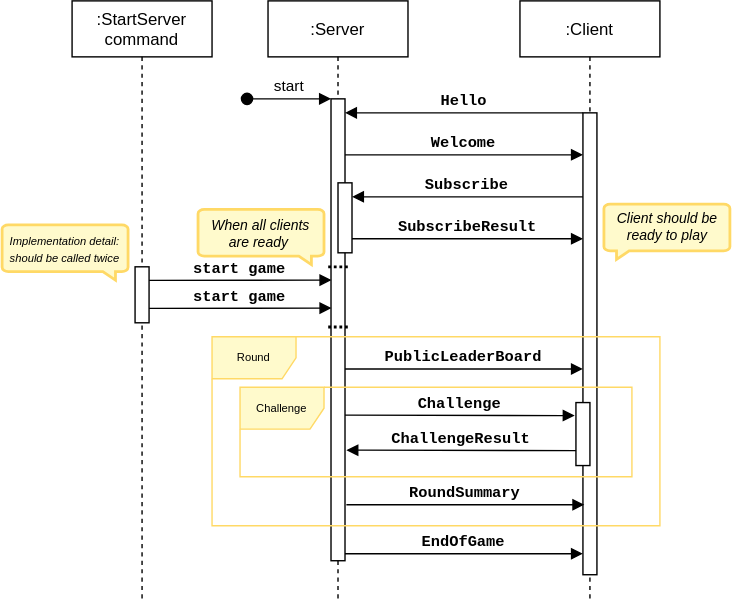
haveneer-training/la-patate-chaude keeps this draw.io diagram as images/Sequence.drawio.svg. Above is the earlier version. Source tidied: cells renumbered, new cells last; positions are measured from the earlier drawing's top-left corner, leaving out a move shared by most shapes.
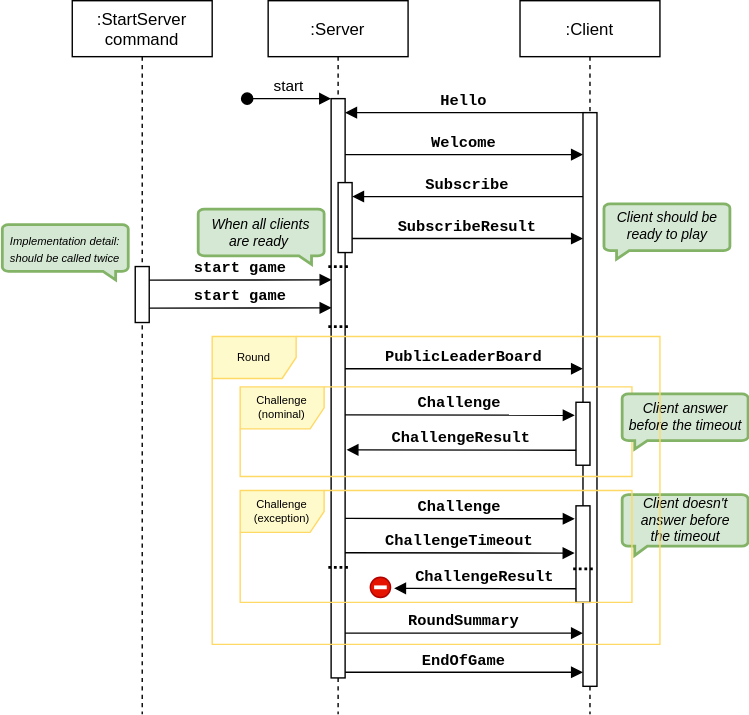
After the commit.

Diff of the diagram source:
```diff
@@ -3,10 +3,10 @@
     <mxCell id="0" />
     <mxCell id="1" parent="0" />
     <mxCell id="2" value=":Server" style="shape=umlLifeline;perimeter=lifelinePerimeter;rounded=0;shadow=0;strokeWidth=1;" parent="1" vertex="1">
-      <mxGeometry x="190" width="100" height="430" as="geometry" />
+      <mxGeometry x="190" width="100" height="510" as="geometry" />
     </mxCell>
     <mxCell id="3" style="points=[];perimeter=orthogonalPerimeter;rounded=0;shadow=0;strokeWidth=1;" parent="2" vertex="1">
-      <mxGeometry x="45" y="70" width="10" height="330" as="geometry" />
+      <mxGeometry x="45" y="70" width="10" height="414" as="geometry" />
     </mxCell>
     <mxCell id="4" value="start" style="verticalAlign=bottom;startArrow=oval;endArrow=block;startSize=8;shadow=0;strokeWidth=1;labelBackgroundColor=none;" parent="2" edge="1" target="3">
       <mxGeometry relative="1" as="geometry">
@@ -25,7 +25,7 @@
         <mxPoint x="58" y="190" as="targetPoint" />
       </mxGeometry>
     </mxCell>
-    <mxCell id="7" style="html=1;verticalLabelPosition=bottom;align=center;labelBackgroundColor=#ffffff;verticalAlign=top;strokeWidth=2;strokeColor=#FFD966;shadow=0;dashed=0;shape=mxgraph.ios7.icons.message;fontFamily=Helvetica;fontSize=8;fillColor=#FFFACC;gradientColor=none;" parent="2" vertex="1">
+    <mxCell id="7" style="html=1;verticalLabelPosition=bottom;align=center;labelBackgroundColor=#ffffff;verticalAlign=top;strokeWidth=2;strokeColor=#82b366;shadow=0;dashed=0;shape=mxgraph.ios7.icons.message;fontFamily=Helvetica;fontSize=8;fillColor=#d5e8d4;" parent="2" vertex="1">
       <mxGeometry x="-50" y="149" width="90" height="39.5" as="geometry" />
     </mxCell>
     <mxCell id="8" style="perimeter=orthogonalPerimeter;rounded=0;shadow=0;strokeWidth=1;" parent="2" vertex="1">
@@ -37,15 +37,36 @@
         <mxPoint x="219.1" y="296.3" as="targetPoint" />
       </mxGeometry>
     </mxCell>
+    <mxCell id="32" style="group;" parent="2" vertex="1">
+      <mxGeometry x="73" y="412" width="14.5" height="14.5" as="geometry" />
+    </mxCell>
+    <mxCell id="33" style="ellipse;whiteSpace=wrap;html=1;fillColor=#e51400;fontColor=#ffffff;strokeColor=#B20000;" parent="32" vertex="1">
+      <mxGeometry width="14.5" height="14.5" as="geometry" />
+    </mxCell>
+    <mxCell id="34" style="rounded=0;whiteSpace=wrap;html=1;strokeColor=none;" parent="32" vertex="1">
+      <mxGeometry x="2.7" y="5.9" width="9.1" height="2.7" as="geometry" />
+    </mxCell>
     <mxCell id="10" value=":Client" style="shape=umlLifeline;perimeter=lifelinePerimeter;rounded=0;shadow=0;strokeWidth=1;" parent="1" vertex="1">
-      <mxGeometry x="370" width="100" height="430" as="geometry" />
+      <mxGeometry x="370" width="100" height="510" as="geometry" />
     </mxCell>
     <mxCell id="11" style="points=[];perimeter=orthogonalPerimeter;rounded=0;shadow=0;strokeWidth=1;" parent="10" vertex="1">
-      <mxGeometry x="45" y="80" width="10" height="330" as="geometry" />
+      <mxGeometry x="45" y="80" width="10" height="410" as="geometry" />
     </mxCell>
     <mxCell id="12" style="perimeter=orthogonalPerimeter;rounded=0;shadow=0;strokeWidth=1;" parent="10" vertex="1">
       <mxGeometry x="40" y="287" width="10" height="45" as="geometry" />
     </mxCell>
+    <mxCell id="35" value="ChallengeTimeout" style="verticalAlign=bottom;endArrow=block;shadow=0;strokeWidth=1;exitX=0;exitY=0;exitDx=0;exitDy=0;fontStyle=1;fontFamily=Courier New;entryX=-0.09;entryY=0.206;entryDx=0;entryDy=0;entryPerimeter=0;labelBackgroundColor=none;" parent="10" edge="1">
+      <mxGeometry relative="1" as="geometry">
+        <mxPoint x="-125.1" y="394.5" as="sourcePoint" />
+        <mxPoint x="39" y="394.8" as="targetPoint" />
+      </mxGeometry>
+    </mxCell>
+    <mxCell id="29" value="EndOfGame" style="verticalAlign=bottom;endArrow=block;shadow=0;strokeWidth=1;exitX=0;exitY=0;exitDx=0;exitDy=0;fontStyle=1;fontFamily=Courier New;labelBackgroundColor=none;" parent="10" edge="1">
+      <mxGeometry relative="1" as="geometry">
+        <mxPoint x="-125" y="480" as="sourcePoint" />
+        <mxPoint x="45" y="480" as="targetPoint" />
+      </mxGeometry>
+    </mxCell>
     <mxCell id="13" value="Hello" style="verticalAlign=bottom;endArrow=block;shadow=0;strokeWidth=1;exitX=0;exitY=0;exitDx=0;exitDy=0;fontFamily=Courier New;fontStyle=1;labelBackgroundColor=none;" parent="1" edge="1" source="11" target="3">
       <mxGeometry relative="1" as="geometry" />
     </mxCell>
@@ -65,7 +86,7 @@
       <mxGeometry x="141" y="151" width="88" height="30" as="geometry" />
     </mxCell>
     <mxCell id="17" value=":StartServer&#10;command" style="shape=umlLifeline;perimeter=lifelinePerimeter;rounded=0;shadow=0;strokeWidth=1;" parent="1" vertex="1">
-      <mxGeometry x="50" width="100" height="430" as="geometry" />
+      <mxGeometry x="50" width="100" height="510" as="geometry" />
     </mxCell>
     <mxCell id="18" style="perimeter=orthogonalPerimeter;rounded=0;shadow=0;strokeWidth=1;" parent="17" vertex="1">
       <mxGeometry x="45" y="190" width="10" height="40" as="geometry" />
@@ -76,7 +97,7 @@
         <mxPoint x="185.3" y="219.5" as="targetPoint" />
       </mxGeometry>
     </mxCell>
-    <mxCell id="20" style="html=1;verticalLabelPosition=bottom;align=center;labelBackgroundColor=#ffffff;verticalAlign=top;strokeWidth=2;strokeColor=#FFD966;shadow=0;dashed=0;shape=mxgraph.ios7.icons.message;fontFamily=Helvetica;fontSize=8;fillColor=#FFFACC;gradientColor=none;" parent="17" vertex="1">
+    <mxCell id="20" style="html=1;verticalLabelPosition=bottom;align=center;labelBackgroundColor=#ffffff;verticalAlign=top;strokeWidth=2;strokeColor=#82b366;shadow=0;dashed=0;shape=mxgraph.ios7.icons.message;fontFamily=Helvetica;fontSize=8;fillColor=#d5e8d4;" parent="17" vertex="1">
       <mxGeometry x="-50" y="160" width="90" height="39.5" as="geometry" />
     </mxCell>
     <mxCell id="21" value="&lt;font size=&quot;1&quot; style=&quot;&quot;&gt;&lt;i style=&quot;font-size: 8px;&quot;&gt;Implementation detail: should be called twice&lt;/i&gt;&lt;/font&gt;" style="text;html=1;strokeColor=none;fillColor=none;align=center;verticalAlign=middle;whiteSpace=wrap;rounded=0;labelBackgroundColor=none;fontFamily=Helvetica;fontSize=8;fontColor=default;" parent="17" vertex="1">
@@ -88,7 +109,7 @@
         <mxPoint x="185.3" y="199.5" as="targetPoint" />
       </mxGeometry>
     </mxCell>
-    <mxCell id="23" style="html=1;verticalLabelPosition=bottom;align=center;labelBackgroundColor=#ffffff;verticalAlign=top;strokeWidth=2;strokeColor=#FFD966;shadow=0;dashed=0;shape=mxgraph.ios7.icons.message;fontFamily=Helvetica;fontSize=8;fillColor=#FFFACC;gradientColor=none;direction=east;flipH=1;" parent="1" vertex="1">
+    <mxCell id="23" style="html=1;verticalLabelPosition=bottom;align=center;labelBackgroundColor=#ffffff;verticalAlign=top;strokeWidth=2;strokeColor=#82b366;shadow=0;dashed=0;shape=mxgraph.ios7.icons.message;fontFamily=Helvetica;fontSize=8;fillColor=#d5e8d4;direction=east;flipH=1;" parent="1" vertex="1">
       <mxGeometry x="430" y="145.2" width="90" height="39.5" as="geometry" />
     </mxCell>
     <mxCell id="24" value="&lt;font style=&quot;font-size: 10px;&quot;&gt;&lt;i&gt;Client should be ready to play&lt;/i&gt;&lt;/font&gt;" style="text;html=1;strokeColor=none;fillColor=none;align=center;verticalAlign=middle;whiteSpace=wrap;rounded=0;labelBackgroundColor=none;fontFamily=Helvetica;fontSize=8;fontColor=default;" parent="1" vertex="1">
@@ -114,21 +135,63 @@
     </mxCell>
     <mxCell id="28" value="RoundSummary" style="verticalAlign=bottom;endArrow=block;shadow=0;strokeWidth=1;exitX=0;exitY=0;exitDx=0;exitDy=0;fontStyle=1;fontFamily=Courier New;labelBackgroundColor=none;" parent="1" edge="1">
       <mxGeometry relative="1" as="geometry">
-        <mxPoint x="246" y="360" as="sourcePoint" />
-        <mxPoint x="416" y="360" as="targetPoint" />
+        <mxPoint x="245" y="452" as="sourcePoint" />
+        <mxPoint x="415" y="452" as="targetPoint" />
       </mxGeometry>
     </mxCell>
-    <mxCell id="29" value="EndOfGame" style="verticalAlign=bottom;endArrow=block;shadow=0;strokeWidth=1;exitX=0;exitY=0;exitDx=0;exitDy=0;fontStyle=1;fontFamily=Courier New;labelBackgroundColor=none;" parent="1" edge="1">
-      <mxGeometry relative="1" as="geometry">
-        <mxPoint x="245" y="395" as="sourcePoint" />
-        <mxPoint x="415" y="395" as="targetPoint" />
-      </mxGeometry>
-    </mxCell>
-    <mxCell id="30" value="Challenge" style="shape=umlFrame;whiteSpace=wrap;html=1;labelBackgroundColor=none;fontFamily=Helvetica;fontSize=8;fontColor=default;strokeColor=#FFD966;fillColor=#FFFACC;gradientColor=none;" parent="1" vertex="1">
+    <mxCell id="30" value="Challenge&lt;br&gt;(nominal)" style="shape=umlFrame;whiteSpace=wrap;html=1;labelBackgroundColor=none;fontFamily=Helvetica;fontSize=8;fontColor=default;strokeColor=#FFD966;fillColor=#FFFACC;gradientColor=none;" parent="1" vertex="1">
       <mxGeometry x="170" y="276" width="280" height="64" as="geometry" />
     </mxCell>
+    <mxCell id="36" value="Challenge" style="verticalAlign=bottom;endArrow=block;shadow=0;strokeWidth=1;exitX=0;exitY=0;exitDx=0;exitDy=0;fontStyle=1;fontFamily=Courier New;entryX=-0.09;entryY=0.206;entryDx=0;entryDy=0;entryPerimeter=0;labelBackgroundColor=none;" parent="1" edge="1">
+      <mxGeometry relative="1" as="geometry">
+        <mxPoint x="245" y="370" as="sourcePoint" />
+        <mxPoint x="409.1" y="370.3" as="targetPoint" />
+      </mxGeometry>
+    </mxCell>
+    <mxCell id="37" style="perimeter=orthogonalPerimeter;rounded=0;shadow=0;strokeWidth=1;" parent="1" vertex="1">
+      <mxGeometry x="410" y="361" width="10" height="69" as="geometry" />
+    </mxCell>
+    <mxCell id="38" value="ChallengeResult" style="verticalAlign=bottom;endArrow=block;shadow=0;strokeWidth=1;exitX=0;exitY=0;exitDx=0;exitDy=0;fontStyle=1;fontFamily=Courier New;labelBackgroundColor=none;" parent="1" edge="1">
+      <mxGeometry relative="1" as="geometry">
+        <mxPoint x="410" y="420.3" as="sourcePoint" />
+        <mxPoint x="280" y="420" as="targetPoint" />
+      </mxGeometry>
+    </mxCell>
+    <mxCell id="39" style="group;" parent="1" vertex="1">
+      <mxGeometry x="443" y="281" width="90" height="39.5" as="geometry" />
+    </mxCell>
+    <mxCell id="40" style="html=1;verticalLabelPosition=bottom;align=center;labelBackgroundColor=#ffffff;verticalAlign=top;strokeWidth=2;strokeColor=#82b366;shadow=0;dashed=0;shape=mxgraph.ios7.icons.message;fontFamily=Helvetica;fontSize=8;fillColor=#d5e8d4;direction=east;flipH=1;" parent="39" vertex="1">
+      <mxGeometry width="90" height="39.5" as="geometry" />
+    </mxCell>
+    <mxCell id="41" value="&lt;font style=&quot;font-size: 10px;&quot;&gt;&lt;i&gt;Client answer before the timeout&lt;/i&gt;&lt;/font&gt;" style="text;html=1;strokeColor=none;fillColor=none;align=center;verticalAlign=middle;whiteSpace=wrap;rounded=0;labelBackgroundColor=none;fontFamily=Helvetica;fontSize=8;fontColor=default;" parent="39" vertex="1">
+      <mxGeometry x="1" y="2" width="89" height="27.8" as="geometry" />
+    </mxCell>
+    <mxCell id="42" style="group;" parent="1" vertex="1">
+      <mxGeometry x="443" y="353" width="90" height="43.5" as="geometry" />
+    </mxCell>
+    <mxCell id="43" style="html=1;verticalLabelPosition=bottom;align=center;labelBackgroundColor=#ffffff;verticalAlign=top;strokeWidth=2;strokeColor=#82b366;shadow=0;dashed=0;shape=mxgraph.ios7.icons.message;fontFamily=Helvetica;fontSize=8;fillColor=#d5e8d4;direction=east;flipH=1;" parent="42" vertex="1">
+      <mxGeometry width="90" height="43.5" as="geometry" />
+    </mxCell>
+    <mxCell id="44" value="&lt;font style=&quot;font-size: 10px;&quot;&gt;&lt;i&gt;Client doesn't answer before &lt;br&gt;the timeout&lt;/i&gt;&lt;/font&gt;" style="text;html=1;strokeColor=none;fillColor=none;align=center;verticalAlign=middle;whiteSpace=wrap;rounded=0;labelBackgroundColor=none;fontFamily=Helvetica;fontSize=8;fontColor=default;" parent="42" vertex="1">
+      <mxGeometry x="1" y="3" width="89" height="30.8" as="geometry" />
+    </mxCell>
+    <mxCell id="45" style="endArrow=none;dashed=1;html=1;dashPattern=1 1;strokeWidth=2;rounded=0;fontFamily=Courier New;shadow=0;targetPerimeterSpacing=0;" parent="1" edge="1">
+      <mxGeometry relative="1" as="geometry">
+        <mxPoint x="233" y="405" as="sourcePoint" />
+        <mxPoint x="248" y="405" as="targetPoint" />
+      </mxGeometry>
+    </mxCell>
+    <mxCell id="46" style="endArrow=none;dashed=1;html=1;dashPattern=1 1;strokeWidth=2;rounded=0;fontFamily=Courier New;shadow=0;targetPerimeterSpacing=0;" parent="1" edge="1">
+      <mxGeometry relative="1" as="geometry">
+        <mxPoint x="408" y="406" as="sourcePoint" />
+        <mxPoint x="423" y="406" as="targetPoint" />
+      </mxGeometry>
+    </mxCell>
+    <mxCell id="47" value="Challenge&lt;br&gt;(exception)" style="shape=umlFrame;whiteSpace=wrap;html=1;labelBackgroundColor=none;fontFamily=Helvetica;fontSize=8;fontColor=default;strokeColor=#FFD966;fillColor=#FFFACC;gradientColor=none;" parent="1" vertex="1">
+      <mxGeometry x="170" y="350" width="280" height="80" as="geometry" />
+    </mxCell>
     <mxCell id="31" value="Round" style="shape=umlFrame;whiteSpace=wrap;html=1;labelBackgroundColor=none;fontFamily=Helvetica;fontSize=8;fontColor=default;strokeColor=#FFD966;fillColor=#FFFACC;gradientColor=none;" parent="1" vertex="1">
-      <mxGeometry x="150" y="240" width="320" height="135" as="geometry" />
+      <mxGeometry x="150" y="240" width="320" height="220" as="geometry" />
     </mxCell>
   </root>
 </mxGraphModel>
```
